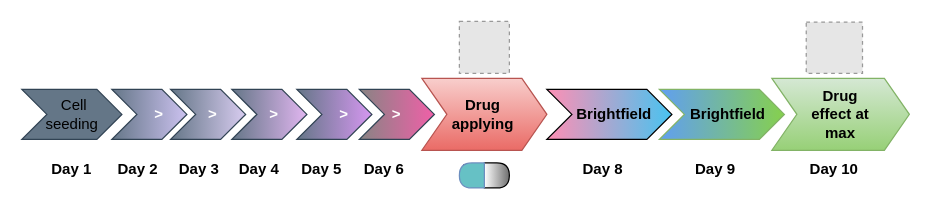
The draw.io diagram Manuscript/notes/test.drawio in bibinsees/thesis, before the edit. Source tidied: cells renumbered, new cells numbered last; positions are measured from the earlier drawing's top-left corner, leaving out a move shared by most shapes. Both pictures are drawn from the tidied source at 125%, with x=0, y=0 at pixel (21, 21). Pictures stored in the file or linked from it are replaced by grey dashed boxes.
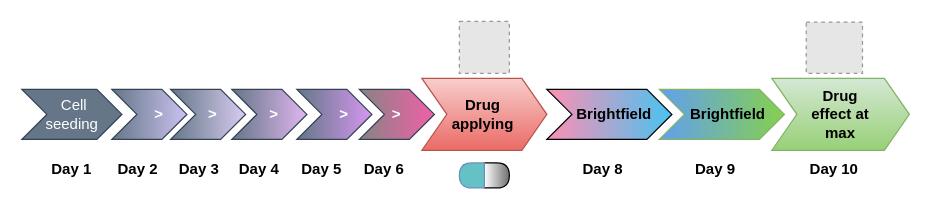
The same page after the edit.

The edit, as a diff of the source:
```diff
@@
-    <mxCell id="12" value="Cell seeding&amp;nbsp;" style="text;strokeColor=none;align=center;fillColor=none;html=1;verticalAlign=middle;whiteSpace=wrap;rounded=0;" parent="1" vertex="1">
+    <mxCell id="12" value="Cell seeding&amp;nbsp;" style="text;align=center;html=1;verticalAlign=middle;whiteSpace=wrap;rounded=0;labelBackgroundColor=none;fillColor=none;strokeColor=none;fontColor=#FFFFFF;" parent="1" vertex="1">
       <mxGeometry x="12" y="59" width="60" height="30" as="geometry" />
     </mxCell>
```
